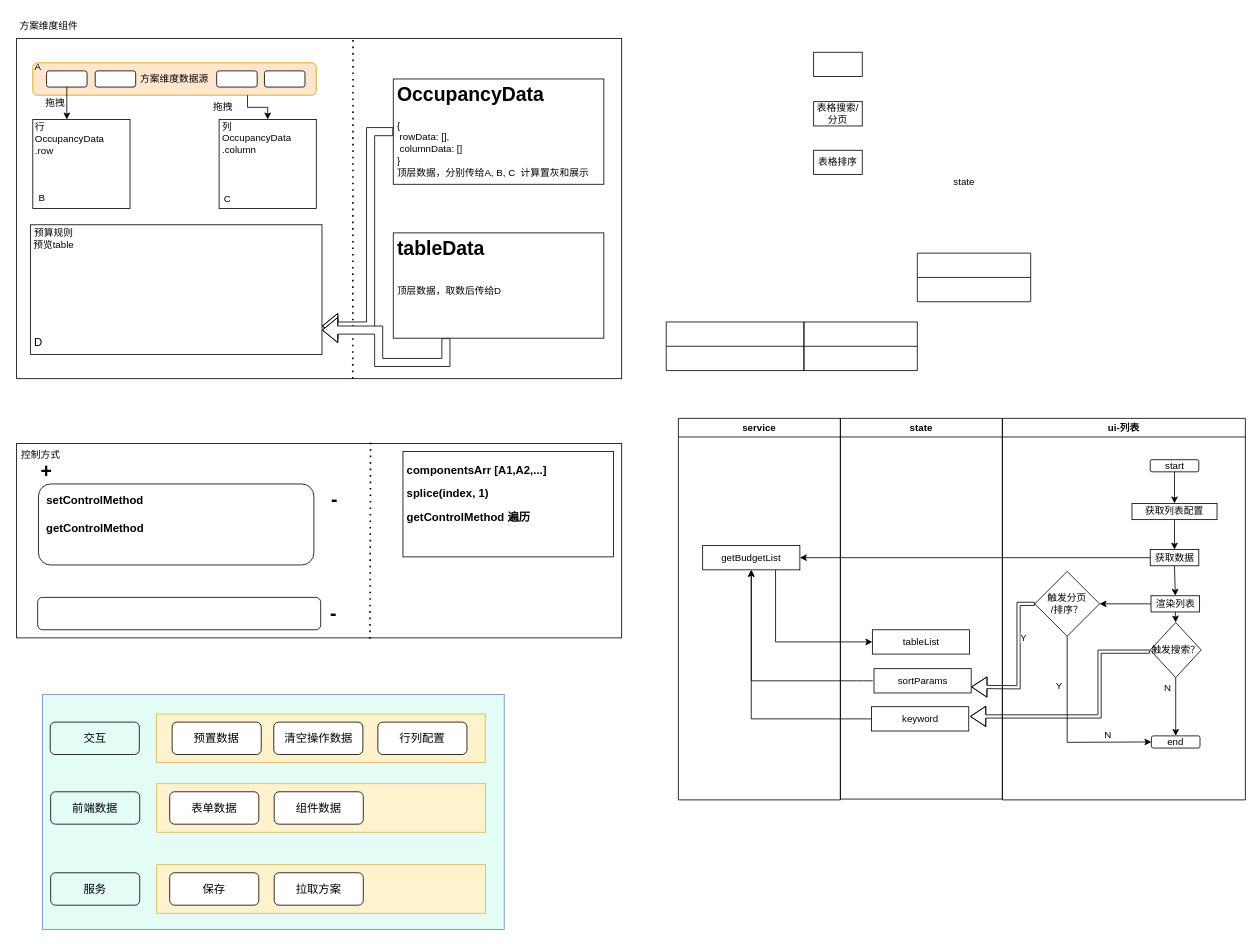
Before: j/budget.drawio in littlelady2015/yctea, a draw.io diagram. Source tidied: cells renumbered, new cells numbered last; positions are measured from the earlier drawing's top-left corner, leaving out a move shared by most shapes. Both pictures are drawn from the tidied source at 81%, with x=0, y=0 at pixel (14, 14).
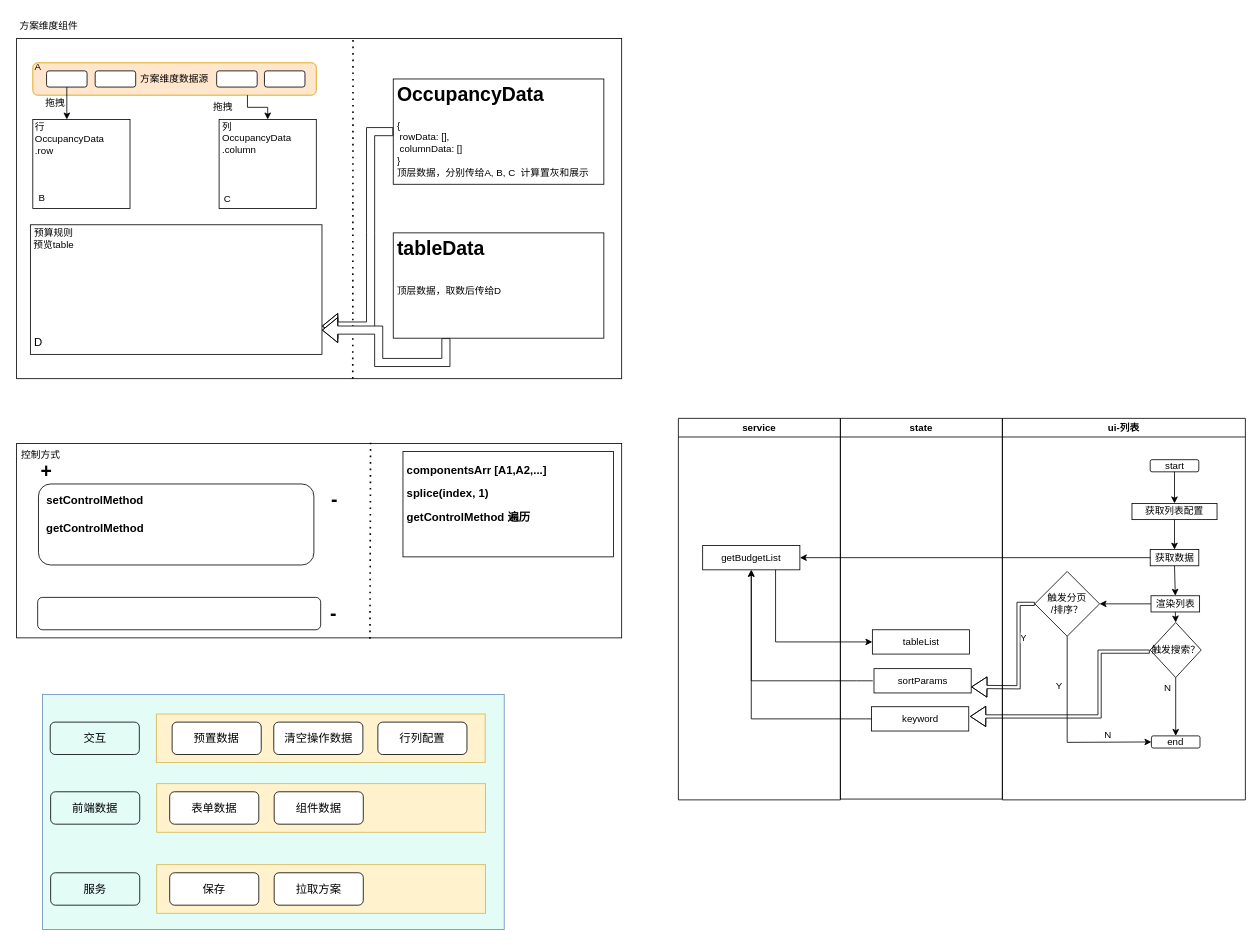
Above is the later version.

What changed in the source:
```diff
@@
-    <mxCell id="58" value="state" style="text;html=1;strokeColor=none;fillColor=none;align=center;verticalAlign=middle;whiteSpace=wrap;rounded=0;" parent="1" vertex="1">
-      <mxGeometry x="1143" y="193" width="60" height="30" as="geometry" />
-    </mxCell>
-    <mxCell id="59" style="text;html=1;strokeColor=default;fillColor=none;align=center;verticalAlign=middle;whiteSpace=wrap;rounded=0;" parent="1" vertex="1">
-      <mxGeometry x="987" y="47" width="60" height="30" as="geometry" />
-    </mxCell>
-    <mxCell id="60" value="表格搜索/分页" style="text;html=1;strokeColor=default;fillColor=none;align=center;verticalAlign=middle;whiteSpace=wrap;rounded=0;" parent="1" vertex="1">
-      <mxGeometry x="987" y="108" width="60" height="30" as="geometry" />
-    </mxCell>
-    <mxCell id="61" value="表格排序" style="text;html=1;strokeColor=default;fillColor=none;align=center;verticalAlign=middle;whiteSpace=wrap;rounded=0;" parent="1" vertex="1">
-      <mxGeometry x="987" y="168" width="60" height="30" as="geometry" />
-    </mxCell>
-    <mxCell id="62" style="swimlane;fontStyle=0;horizontal=1;startSize=30;strokeColor=default;fillColor=none;" parent="1" vertex="1">
-      <mxGeometry x="805" y="380" width="170" height="60" as="geometry" />
-    </mxCell>
-    <mxCell id="63" style="swimlane;fontStyle=0;horizontal=1;startSize=30;strokeColor=default;fillColor=none;" parent="1" vertex="1">
-      <mxGeometry x="975" y="380" width="140" height="60" as="geometry" />
-    </mxCell>
-    <mxCell id="64" style="swimlane;fontStyle=0;horizontal=1;startSize=30;strokeColor=default;fillColor=none;" parent="1" vertex="1">
-      <mxGeometry x="1115" y="295" width="140" height="60" as="geometry" />
-    </mxCell>
```
